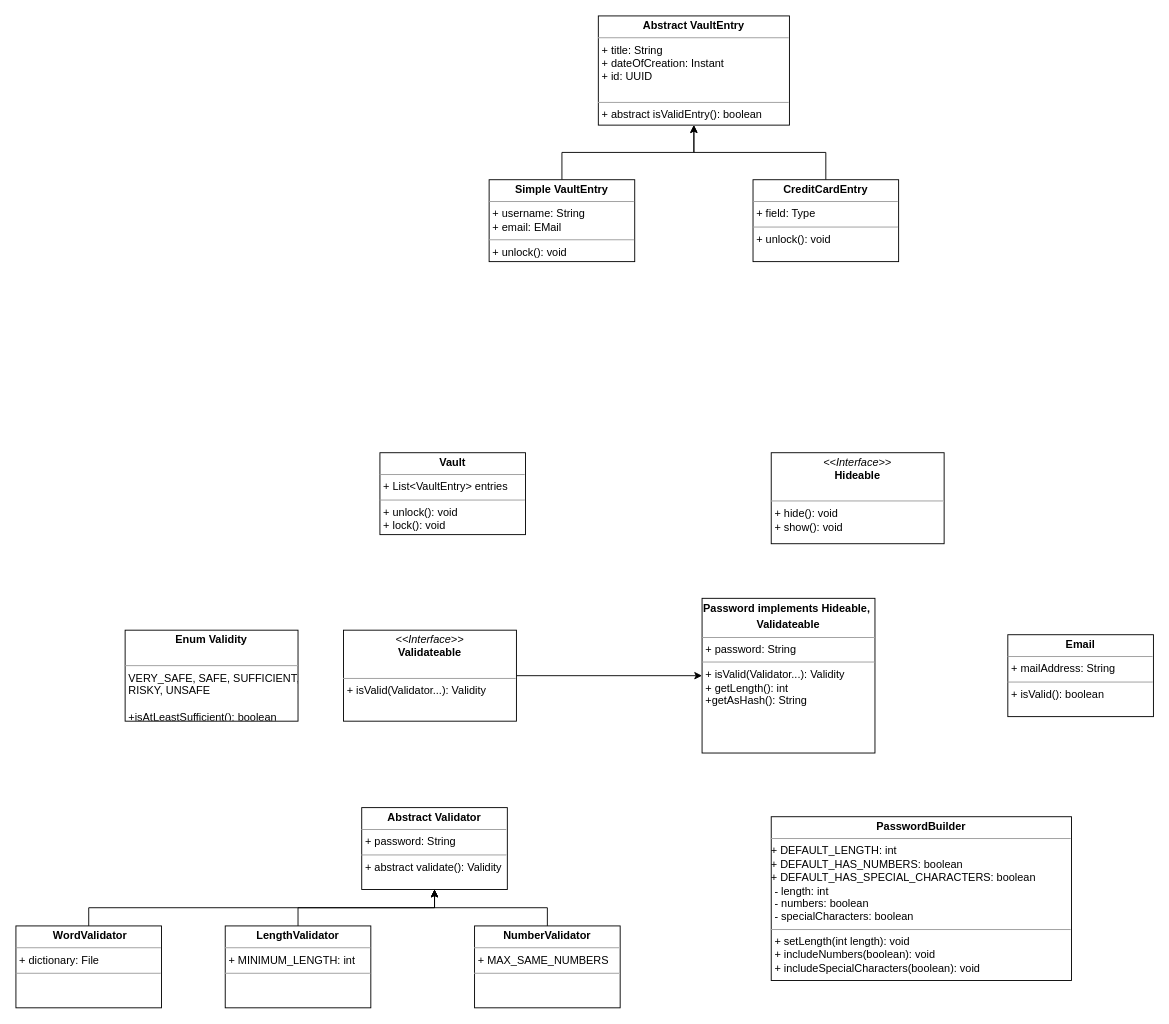
Infynyty/CubeVault keeps this draw.io diagram as CubeVault.drawio. Above is the earlier version. Source tidied: cells renumbered, new cells numbered last; positions are measured from the earlier drawing's top-left corner, leaving out a move shared by most shapes. Both pictures are drawn from the tidied source at 91%, with x=0, y=0 at pixel (15, 15).
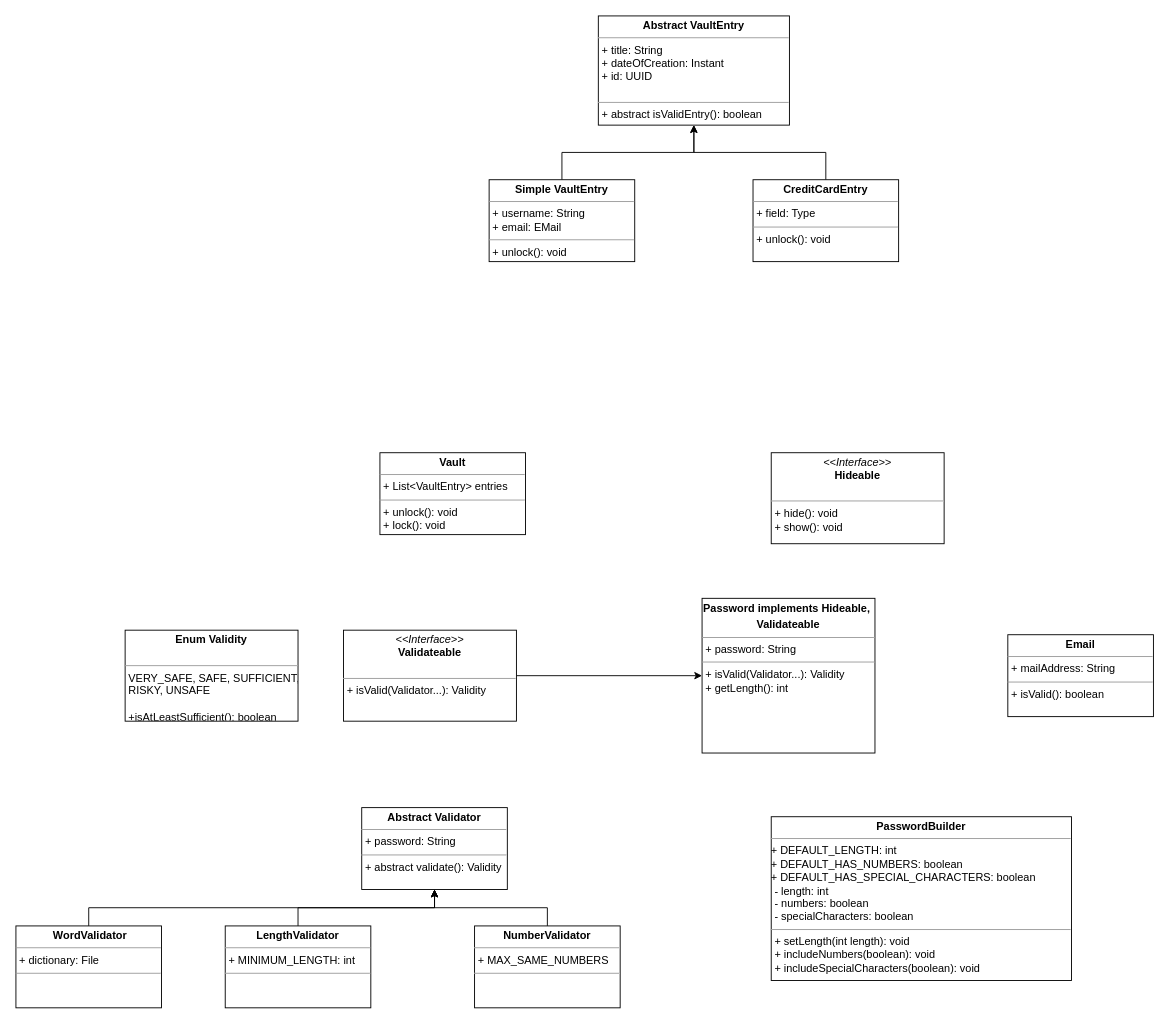
The same diagram, later.

What changed in the source:
```diff
@@
-    <mxCell id="10" value="&lt;p style=&quot;margin: 0px ; margin-top: 4px ; text-align: center&quot;&gt;&lt;b&gt;Password implements Hideable,&amp;nbsp;&lt;/b&gt;&lt;/p&gt;&lt;p style=&quot;margin: 0px ; margin-top: 4px ; text-align: center&quot;&gt;&lt;b&gt;Validateable&lt;/b&gt;&lt;/p&gt;&lt;hr size=&quot;1&quot;&gt;&lt;p style=&quot;margin: 0px ; margin-left: 4px&quot;&gt;+ password: String&lt;/p&gt;&lt;hr size=&quot;1&quot;&gt;&lt;p style=&quot;margin: 0px ; margin-left: 4px&quot;&gt;+ isValid(Validator...): Validity&lt;/p&gt;&lt;p style=&quot;margin: 0px ; margin-left: 4px&quot;&gt;+ getLength(): int&lt;/p&gt;&lt;p style=&quot;margin: 0px ; margin-left: 4px&quot;&gt;+getAsHash(): String&lt;/p&gt;" style="verticalAlign=top;align=left;overflow=fill;fontSize=12;fontFamily=Helvetica;html=1;" parent="1" vertex="1">
+    <mxCell id="10" value="&lt;p style=&quot;margin: 0px ; margin-top: 4px ; text-align: center&quot;&gt;&lt;b&gt;Password implements Hideable,&amp;nbsp;&lt;/b&gt;&lt;/p&gt;&lt;p style=&quot;margin: 0px ; margin-top: 4px ; text-align: center&quot;&gt;&lt;b&gt;Validateable&lt;/b&gt;&lt;/p&gt;&lt;hr size=&quot;1&quot;&gt;&lt;p style=&quot;margin: 0px ; margin-left: 4px&quot;&gt;+ password: String&lt;/p&gt;&lt;hr size=&quot;1&quot;&gt;&lt;p style=&quot;margin: 0px ; margin-left: 4px&quot;&gt;+ isValid(Validator...): Validity&lt;/p&gt;&lt;p style=&quot;margin: 0px ; margin-left: 4px&quot;&gt;+ getLength(): int&lt;/p&gt;" style="verticalAlign=top;align=left;overflow=fill;fontSize=12;fontFamily=Helvetica;html=1;" parent="1" vertex="1">
       <mxGeometry x="754" y="640" width="190" height="170" as="geometry" />
     </mxCell>
```
